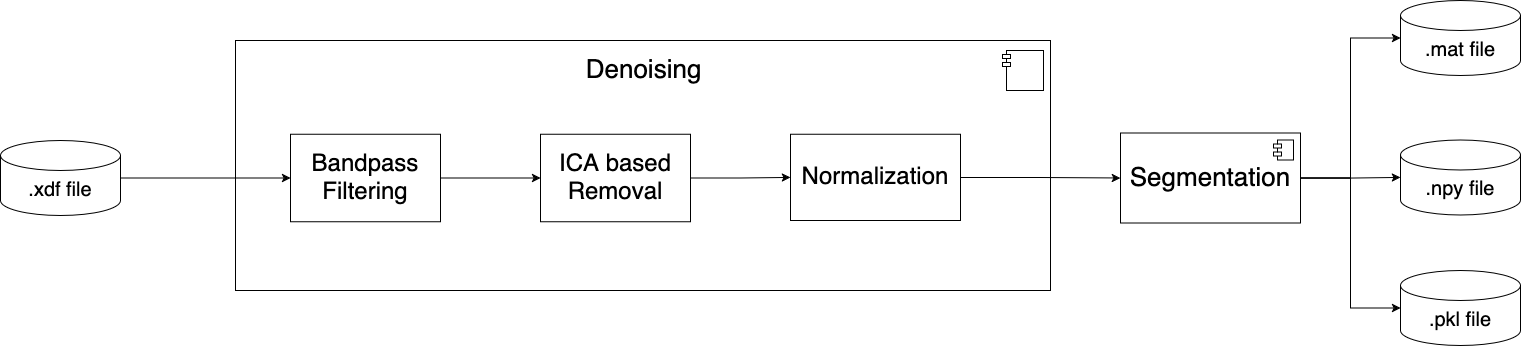
Above: thesis/figures/chapter05/PreprocessingWorkflow.png in Lukas1305-red/bachelor-thesis-music-eeg-genre-classifier (draw.io), before the change. Source tidied: cells renumbered, new cells last; positions are measured from the earlier drawing's top-left corner, leaving out a move shared by most shapes.
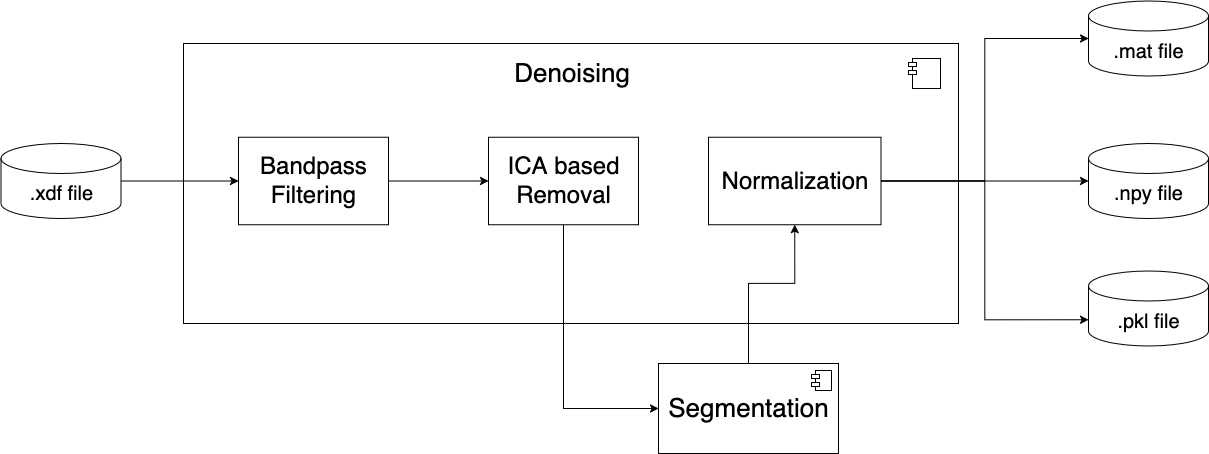
Later version of the same file.

The edit, as a diff of the source:
```diff
@@ -3,21 +3,21 @@
     <mxCell id="0" />
     <mxCell id="1" parent="0" />
     <mxCell id="2" style="html=1;whiteSpace=wrap;labelPosition=center;verticalLabelPosition=top;align=center;verticalAlign=bottom;" parent="1" vertex="1">
-      <mxGeometry x="235" y="40" width="815" height="250" as="geometry" />
+      <mxGeometry x="235" y="40" width="775" height="280" as="geometry" />
     </mxCell>
     <mxCell id="3" style="shape=module;jettyWidth=8;jettyHeight=4;" parent="2" vertex="1">
-      <mxGeometry x="1" width="41" height="40" relative="1" as="geometry">
-        <mxPoint x="-48" y="10" as="offset" />
+      <mxGeometry x="1" width="32" height="30" relative="1" as="geometry">
+        <mxPoint x="-50" y="15" as="offset" />
       </mxGeometry>
     </mxCell>
     <mxCell id="4" style="edgeStyle=orthogonalEdgeStyle;rounded=0;jettySize=auto;html=1;entryX=0;entryY=0.5;entryDx=0;entryDy=0;" parent="1" edge="1" source="5" target="8">
       <mxGeometry relative="1" as="geometry" />
     </mxCell>
     <mxCell id="5" value="&lt;font style=&quot;font-size: 20px;&quot;&gt;.&lt;font&gt;xdf file&lt;/font&gt;&lt;/font&gt;" style="shape=cylinder3;whiteSpace=wrap;html=1;boundedLbl=1;backgroundOutline=1;size=15;" parent="1" vertex="1">
-      <mxGeometry y="140" width="120" height="75" as="geometry" />
+      <mxGeometry x="52.5" y="140" width="120" height="75" as="geometry" />
     </mxCell>
     <mxCell id="6" value="&lt;font style=&quot;font-size: 26px;&quot;&gt;Denoising&lt;/font&gt;" style="text;html=1;align=center;verticalAlign=middle;strokeColor=none;fillColor=none;" parent="1" vertex="1">
-      <mxGeometry x="572.5" y="50" width="140" height="40" as="geometry" />
+      <mxGeometry x="552.5" y="50" width="140" height="40" as="geometry" />
     </mxCell>
     <mxCell id="7" style="edgeStyle=orthogonalEdgeStyle;rounded=0;jettySize=auto;html=1;" parent="1" edge="1" source="8" target="10">
       <mxGeometry relative="1" as="geometry" />
@@ -25,20 +25,22 @@
     <mxCell id="8" value="&lt;font style=&quot;font-size: 24px;&quot;&gt;Bandpass Filtering&lt;/font&gt;" style="html=1;whiteSpace=wrap;" parent="1" vertex="1">
       <mxGeometry x="290" y="133.8" width="150" height="87.5" as="geometry" />
     </mxCell>
-    <mxCell id="9" style="edgeStyle=orthogonalEdgeStyle;rounded=0;jettySize=auto;html=1;" parent="1" edge="1" source="10" target="12">
-      <mxGeometry relative="1" as="geometry" />
-    </mxCell>
+    <mxCell id="21" style="edgeStyle=orthogonalEdgeStyle;rounded=0;jettySize=auto;html=1;entryX=0;entryY=0.5;entryDx=0;entryDy=0;exitX=0.5;exitY=1;exitDx=0;exitDy=0;" parent="1" edge="1" source="10" target="13">
+      <mxGeometry relative="1" as="geometry" />
+    </mxCell>
     <mxCell id="10" value="&lt;font style=&quot;font-size: 24px;&quot;&gt;ICA based Removal&lt;/font&gt;" style="html=1;whiteSpace=wrap;" parent="1" vertex="1">
       <mxGeometry x="540" y="133.8" width="150" height="87.5" as="geometry" />
     </mxCell>
-    <mxCell id="11" style="edgeStyle=orthogonalEdgeStyle;rounded=0;jettySize=auto;html=1;entryX=0;entryY=0.5;entryDx=0;entryDy=0;" parent="1" edge="1" source="12" target="13">
-      <mxGeometry relative="1" as="geometry" />
-    </mxCell>
-    <mxCell id="12" value="&lt;font style=&quot;font-size: 24px;&quot;&gt;Normalization&lt;/font&gt;" style="html=1;whiteSpace=wrap;" parent="1" vertex="1">
-      <mxGeometry x="790" y="133.8" width="170" height="86.2" as="geometry" />
-    </mxCell>
+    <mxCell id="22" style="edgeStyle=orthogonalEdgeStyle;rounded=0;jettySize=auto;html=1;entryX=0.5;entryY=1;entryDx=0;entryDy=0;" parent="1" edge="1" source="13" target="12">
+      <mxGeometry relative="1" as="geometry">
+        <Array as="points">
+          <mxPoint x="800" y="280" />
+          <mxPoint x="846" y="280" />
+        </Array>
+      </mxGeometry>
+    </mxCell>
     <mxCell id="13" value="&lt;font style=&quot;font-size: 26px;&quot;&gt;Segmentation&lt;/font&gt;" style="html=1;whiteSpace=wrap;" parent="1" vertex="1">
-      <mxGeometry x="1120" y="132.5" width="180" height="90" as="geometry" />
+      <mxGeometry x="710" y="360" width="180" height="90" as="geometry" />
     </mxCell>
     <mxCell id="14" style="shape=module;jettyWidth=8;jettyHeight=4;" parent="13" vertex="1">
       <mxGeometry x="1" width="20" height="20" relative="1" as="geometry">
@@ -46,22 +48,25 @@
       </mxGeometry>
     </mxCell>
     <mxCell id="15" value="&lt;font style=&quot;font-size: 20px;&quot;&gt;.&lt;font&gt;mat file&lt;/font&gt;&lt;/font&gt;" style="shape=cylinder3;whiteSpace=wrap;html=1;boundedLbl=1;backgroundOutline=1;size=15;" parent="1" vertex="1">
-      <mxGeometry x="1400" width="120" height="75" as="geometry" />
+      <mxGeometry x="1140" y="-2.5" width="120" height="75" as="geometry" />
     </mxCell>
     <mxCell id="16" value="&lt;font style=&quot;font-size: 20px;&quot;&gt;.&lt;font&gt;npy file&lt;/font&gt;&lt;/font&gt;" style="shape=cylinder3;whiteSpace=wrap;html=1;boundedLbl=1;backgroundOutline=1;size=15;" parent="1" vertex="1">
-      <mxGeometry x="1400" y="139.4" width="120" height="75" as="geometry" />
+      <mxGeometry x="1140" y="140" width="120" height="75" as="geometry" />
     </mxCell>
     <mxCell id="17" value="&lt;font style=&quot;font-size: 20px;&quot;&gt;.&lt;font&gt;pkl file&lt;/font&gt;&lt;/font&gt;" style="shape=cylinder3;whiteSpace=wrap;html=1;boundedLbl=1;backgroundOutline=1;size=15;" parent="1" vertex="1">
-      <mxGeometry x="1400" y="270" width="120" height="75" as="geometry" />
+      <mxGeometry x="1140" y="267.5" width="120" height="75" as="geometry" />
     </mxCell>
-    <mxCell id="18" style="edgeStyle=orthogonalEdgeStyle;rounded=0;jettySize=auto;html=1;entryX=0;entryY=0.5;entryDx=0;entryDy=0;entryPerimeter=0;" parent="1" edge="1" source="13" target="15">
-      <mxGeometry relative="1" as="geometry" />
-    </mxCell>
-    <mxCell id="19" style="edgeStyle=orthogonalEdgeStyle;rounded=0;jettySize=auto;html=1;entryX=0;entryY=0.5;entryDx=0;entryDy=0;entryPerimeter=0;" parent="1" edge="1" source="13" target="16">
-      <mxGeometry relative="1" as="geometry" />
-    </mxCell>
-    <mxCell id="20" style="edgeStyle=orthogonalEdgeStyle;rounded=0;jettySize=auto;html=1;entryX=0;entryY=0.5;entryDx=0;entryDy=0;entryPerimeter=0;" parent="1" edge="1" source="13" target="17">
-      <mxGeometry relative="1" as="geometry" />
-    </mxCell>
+    <mxCell id="12" value="&lt;font style=&quot;font-size: 24px;&quot;&gt;Normalization&lt;/font&gt;" style="html=1;whiteSpace=wrap;" parent="1" vertex="1">
+      <mxGeometry x="760" y="133.8" width="172.5" height="87.5" as="geometry" />
+    </mxCell>
+    <mxCell id="23" style="edgeStyle=orthogonalEdgeStyle;rounded=0;jettySize=auto;html=1;exitX=1;exitY=0.5;exitDx=0;exitDy=0;entryX=0;entryY=0.5;entryDx=0;entryDy=0;entryPerimeter=0;" parent="1" edge="1" source="12" target="15">
+      <mxGeometry relative="1" as="geometry" />
+    </mxCell>
+    <mxCell id="24" style="edgeStyle=orthogonalEdgeStyle;rounded=0;jettySize=auto;html=1;exitX=1;exitY=0.5;exitDx=0;exitDy=0;entryX=0;entryY=0.5;entryDx=0;entryDy=0;entryPerimeter=0;" parent="1" edge="1" source="12" target="16">
+      <mxGeometry relative="1" as="geometry" />
+    </mxCell>
+    <mxCell id="25" style="edgeStyle=orthogonalEdgeStyle;rounded=0;jettySize=auto;html=1;exitX=1;exitY=0.5;exitDx=0;exitDy=0;entryX=0;entryY=0;entryDx=0;entryDy=48.75;entryPerimeter=0;" parent="1" edge="1" source="12" target="17">
+      <mxGeometry relative="1" as="geometry" />
+    </mxCell>
   </root>
 </mxGraphModel>
```
